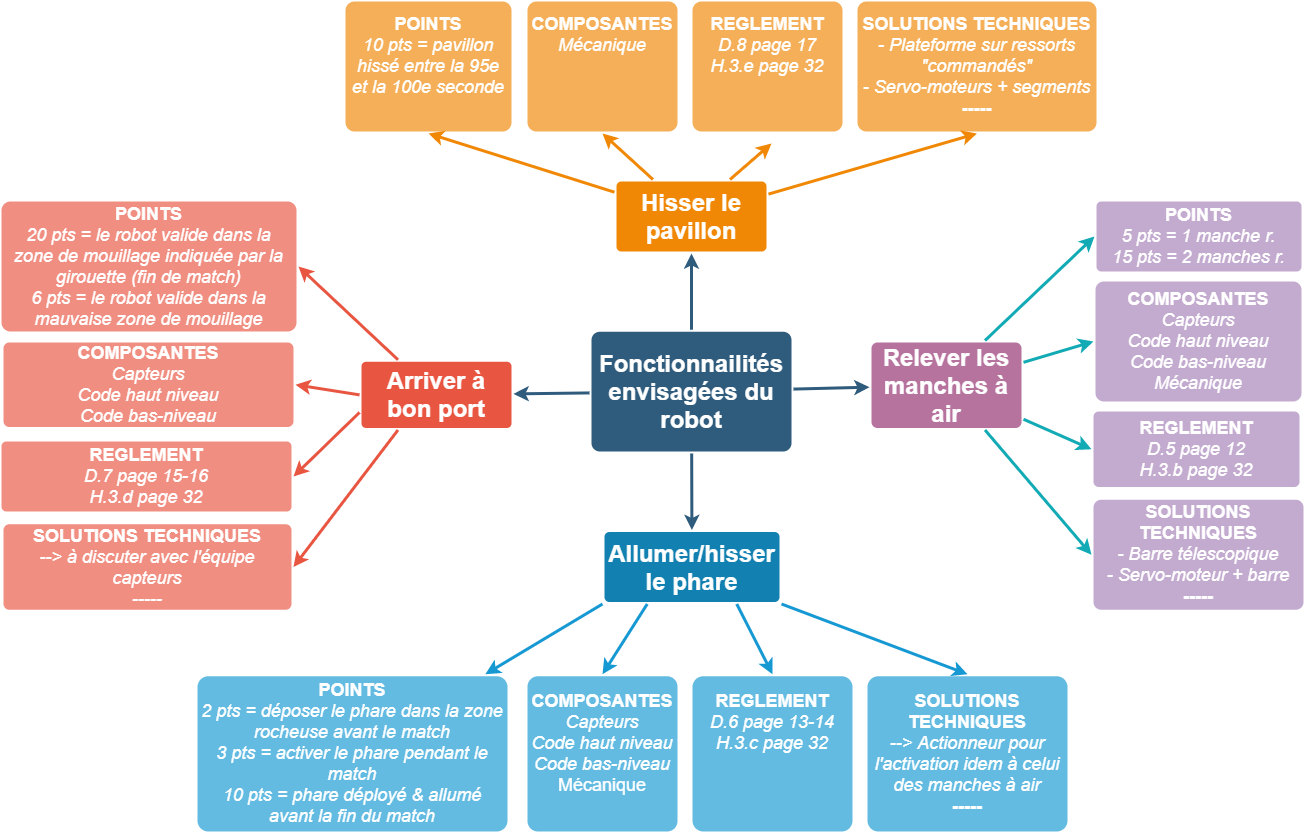
Earlier version of the draw.io export images/infos_reunion_2020_12_26_1.png (eirbot/eirbot.github.io). Source tidied: cells renumbered, new cells last; positions are measured from the earlier drawing's top-left corner, leaving out a move shared by most shapes.
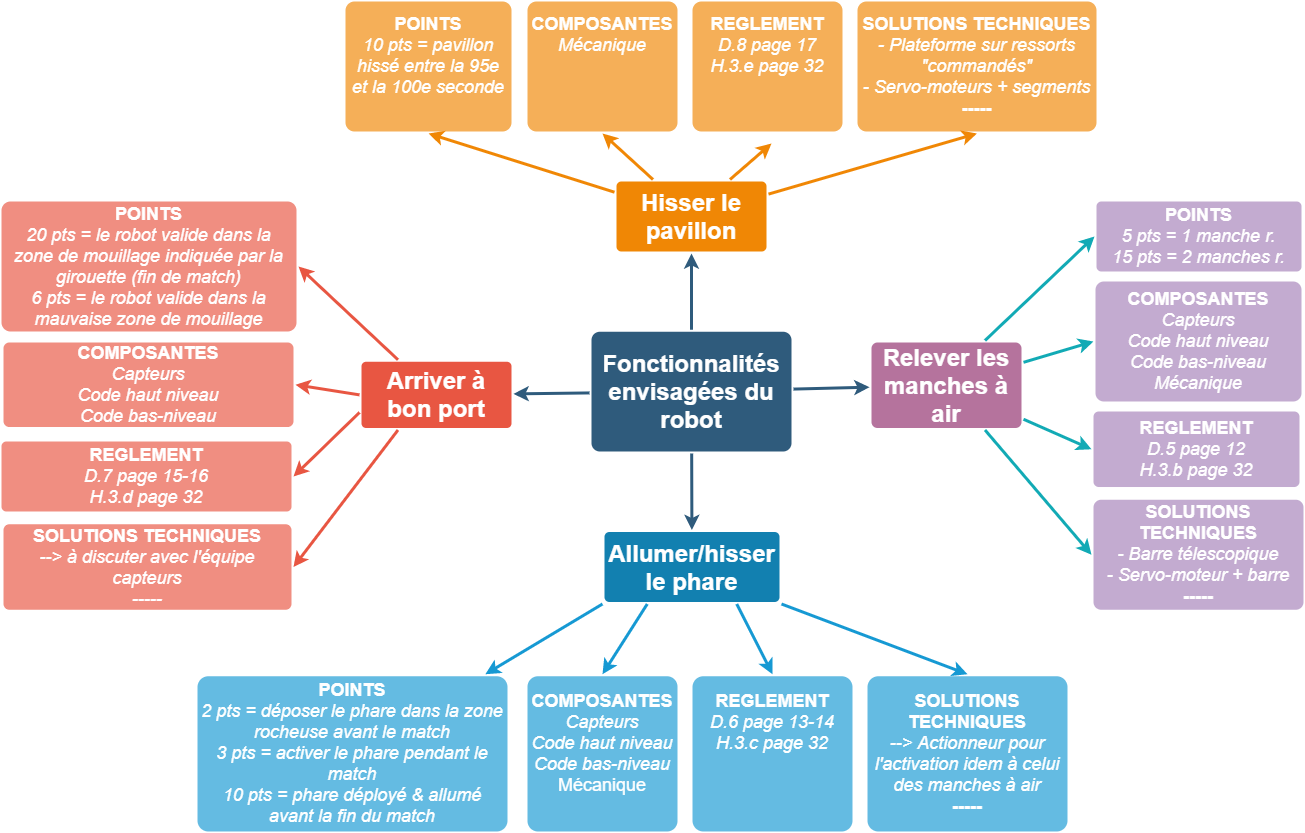
After the change.

The edit, as a diff of the source:
```diff
@@ -14,7 +14,7 @@
     <mxCell id="5" style="edgeStyle=none;rounded=0;jumpStyle=none;html=1;shadow=0;labelBackgroundColor=none;startArrow=none;startFill=0;endArrow=classic;endFill=1;jettySize=auto;strokeColor=#2F5B7C;strokeWidth=3;fontFamily=Helvetica;fontSize=16;fontColor=#23445D;spacing=5;" parent="1" edge="1" source="6" target="10">
       <mxGeometry relative="1" as="geometry" />
     </mxCell>
-    <mxCell id="6" value="&lt;font style=&quot;font-size: 24px&quot;&gt;Fonctionnailités envisagées du robot&lt;/font&gt;" style="rounded=1;whiteSpace=wrap;html=1;shadow=0;labelBackgroundColor=none;strokeColor=none;strokeWidth=3;fillColor=#2F5B7C;fontFamily=Helvetica;fontSize=16;fontColor=#FFFFFF;align=center;fontStyle=1;spacing=5;arcSize=7;perimeterSpacing=2;" parent="1" vertex="1">
+    <mxCell id="6" value="&lt;font style=&quot;font-size: 24px&quot;&gt;Fonctionnalités envisagées du robot&lt;/font&gt;" style="rounded=1;whiteSpace=wrap;html=1;shadow=0;labelBackgroundColor=none;strokeColor=none;strokeWidth=3;fillColor=#2F5B7C;fontFamily=Helvetica;fontSize=16;fontColor=#FFFFFF;align=center;fontStyle=1;spacing=5;arcSize=7;perimeterSpacing=2;" parent="1" vertex="1">
       <mxGeometry x="590" y="330.2" width="200" height="119.8" as="geometry" />
     </mxCell>
     <mxCell id="7" style="edgeStyle=none;rounded=1;jumpStyle=none;html=1;shadow=0;labelBackgroundColor=none;startArrow=none;startFill=0;jettySize=auto;strokeColor=#E85642;strokeWidth=3;fontFamily=Helvetica;fontSize=14;fontColor=#FFFFFF;spacing=5;fontStyle=1;fillColor=#b0e3e6;exitX=0.25;exitY=0;exitDx=0;exitDy=0;entryX=1;entryY=0.5;entryDx=0;entryDy=0;" parent="1" edge="1" source="10" target="13">
```
